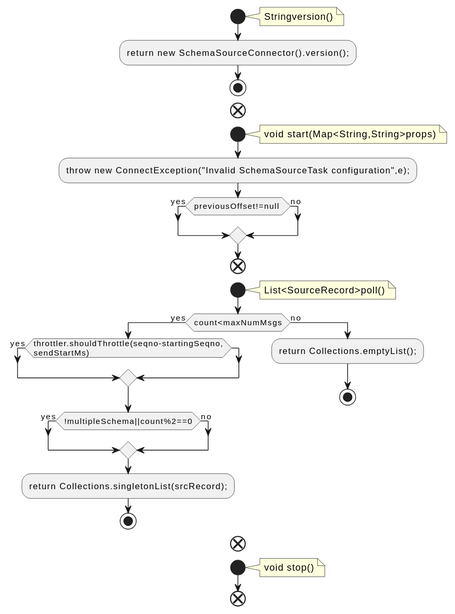
Before: docs/qc/connect/runtime/src/main/java/org/apache/kafka/connect/tools/SchemaSourceTask.java.fct.svg, a diagram exported from PlantUML (qualitesys/kafka).
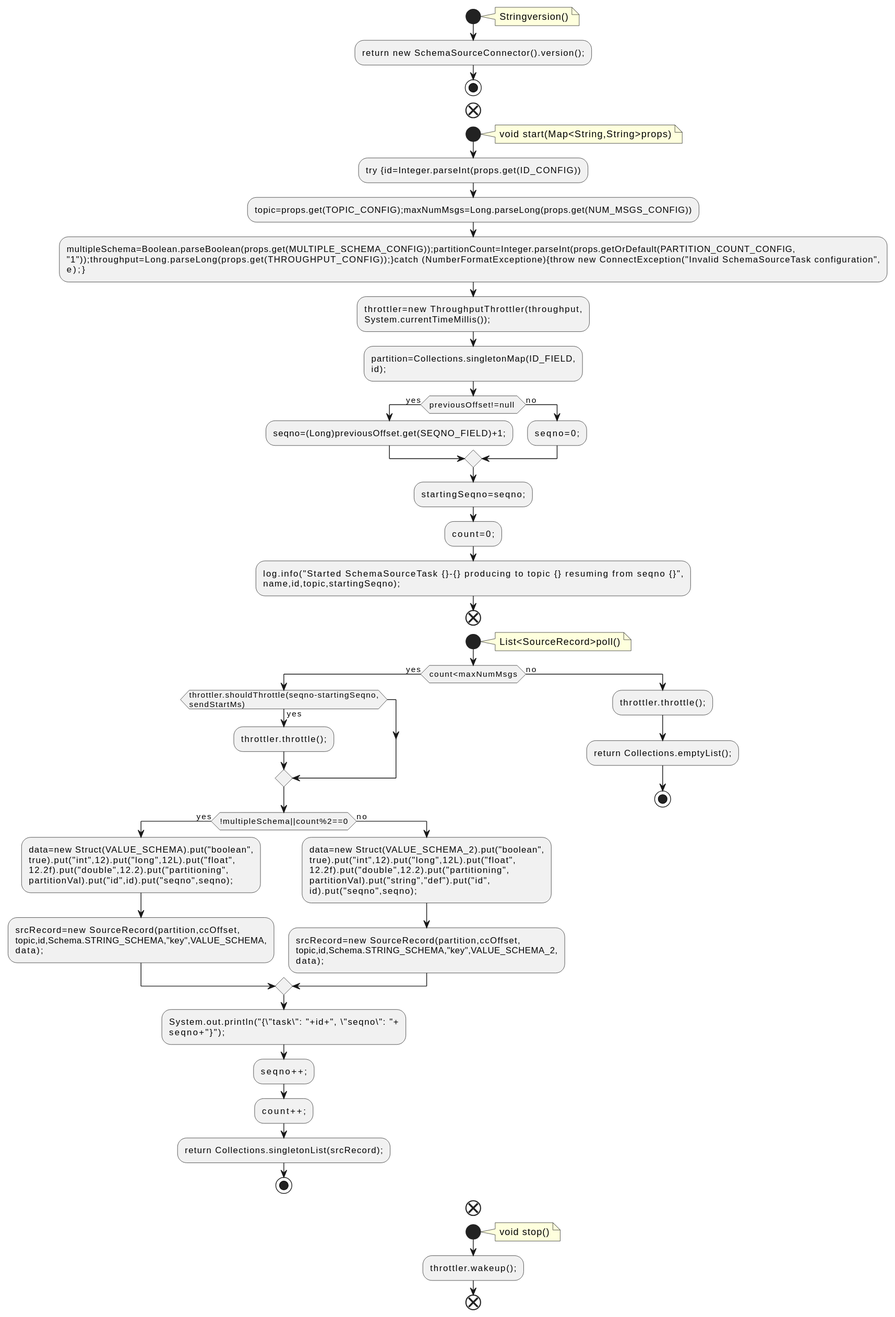
The same diagram one commit later.

Change to the diagram source:
```diff
@@ -11,10 +11,24 @@
 note right
 void start(Map<String,String>props)
 end note
-:throw new ConnectException("Invalid SchemaSourceTask configuration",e);;
+:try {id=Integer.parseInt(props.get(ID_CONFIG));
+:topic=props.get(TOPIC_CONFIG);maxNumMsgs=Long.parseLong(props.get(NUM_MSGS_CONFIG));
+:multipleSchema=Boolean.parseBoolean(props.get(MULTIPLE_SCHEMA_CONFIG));partitionCount=Integer.parseInt(props.getOrDefault(PARTITION_COUNT_CONFIG,
+"1"));throughput=Long.parseLong(props.get(THROUGHPUT_CONFIG));}catch (NumberFormatExceptione){throw new ConnectException("Invalid SchemaSourceTask configuration",
+e);};
+:throttler=new ThroughputThrottler(throughput,
+System.currentTimeMillis());;
+:partition=Collections.singletonMap(ID_FIELD,
+id);;
 if (previousOffset!=null ) then (yes)
+:seqno=(Long)previousOffset.get(SEQNO_FIELD)+1;;
 else (no)
+:seqno=0;;
 endif
+:startingSeqno=seqno;;
+:count=0;;
+:log.info("Started SchemaSourceTask {}-{} producing to topic {} resuming from seqno {}",
+name,id,topic,startingSeqno);;
 end
 start
 note right
@@ -23,13 +37,34 @@
 if (count<maxNumMsgs) then (yes)
 if (throttler.shouldThrottle(seqno-startingSeqno,
 sendStartMs)) then (yes)
+:throttler.throttle();;
 endif
 if (!multipleSchema||count%2==0) then (yes)
+:data=new Struct(VALUE_SCHEMA).put("boolean",
+true).put("int",12).put("long",12L).put("float",
+12.2f).put("double",12.2).put("partitioning",
+partitionVal).put("id",id).put("seqno",seqno);;
+:srcRecord=new SourceRecord(partition,ccOffset,
+topic,id,Schema.STRING_SCHEMA,"key",VALUE_SCHEMA,
+data);;
 else (no)
+:data=new Struct(VALUE_SCHEMA_2).put("boolean",
+true).put("int",12).put("long",12L).put("float",
+12.2f).put("double",12.2).put("partitioning",
+partitionVal).put("string","def").put("id",
+id).put("seqno",seqno);;
+:srcRecord=new SourceRecord(partition,ccOffset,
+topic,id,Schema.STRING_SCHEMA,"key",VALUE_SCHEMA_2,
+data);;
 endif
+:System.out.println("{\"task\": "+id+", \"seqno\": "+
+seqno+"}");;
+:seqno++;;
+:count++;;
 :return Collections.singletonList(srcRecord);;
 stop
 else (no)
+:throttler.throttle();;
 :return Collections.emptyList();;
 stop
 endif
@@ -38,5 +73,6 @@
 note right
 void stop()
 end note
+:throttler.wakeup();;
 end
 @enduml
```
